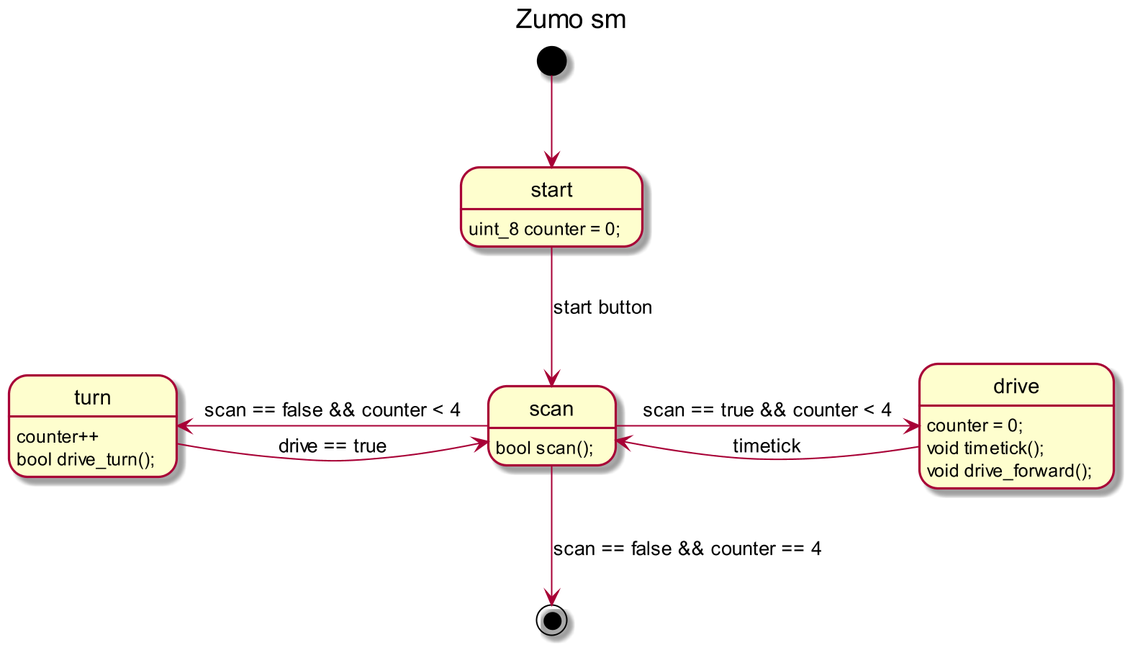
Earlier version of the PlantUML export Zumo_SM.png (orje/Zumo_QM_QPnano).
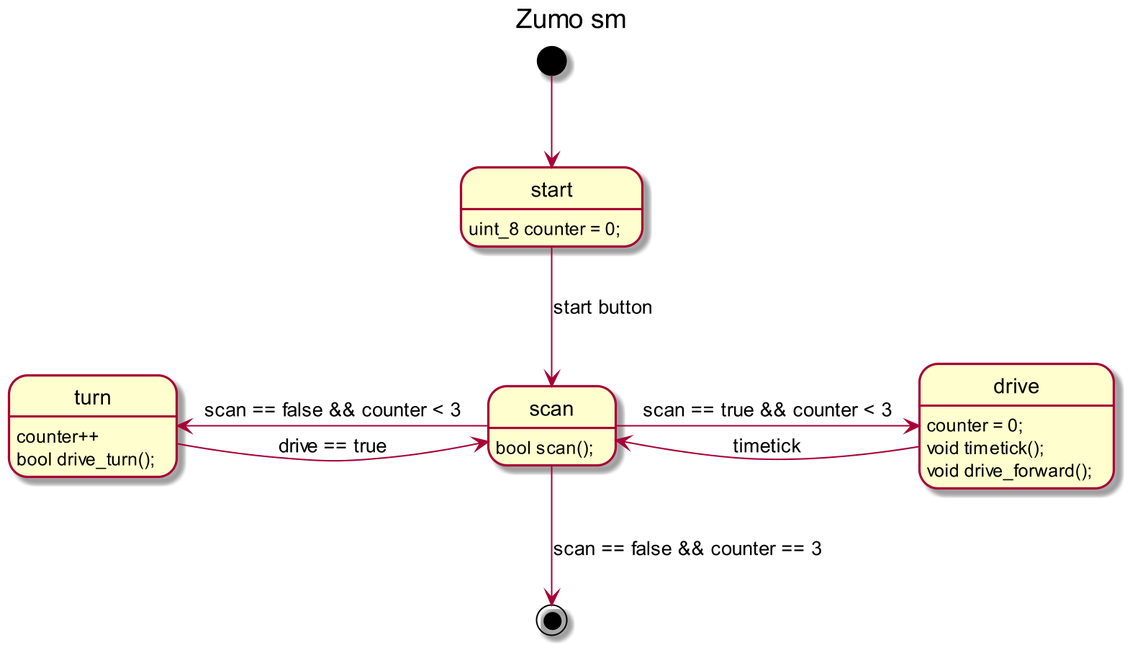
Above is the later version.

The edit, as a diff of the source:
```diff
@@ -9,8 +9,8 @@
 start -down-> scan : start button
 
 scan: bool scan();
-scan -right-> drive : scan == true && counter < 4
-scan -left-> turn : scan == false && counter < 4
+scan -right-> drive : scan == true && counter < 3
+scan -left-> turn : scan == false && counter < 3
 
 drive : counter = 0;
 drive : void timetick();
@@ -21,5 +21,5 @@
 turn : bool drive_turn();
 turn -> scan : drive == true
 
-scan -down-> [*] : scan == false && counter == 4
+scan -down-> [*] : scan == false && counter == 3
 @enduml
```
